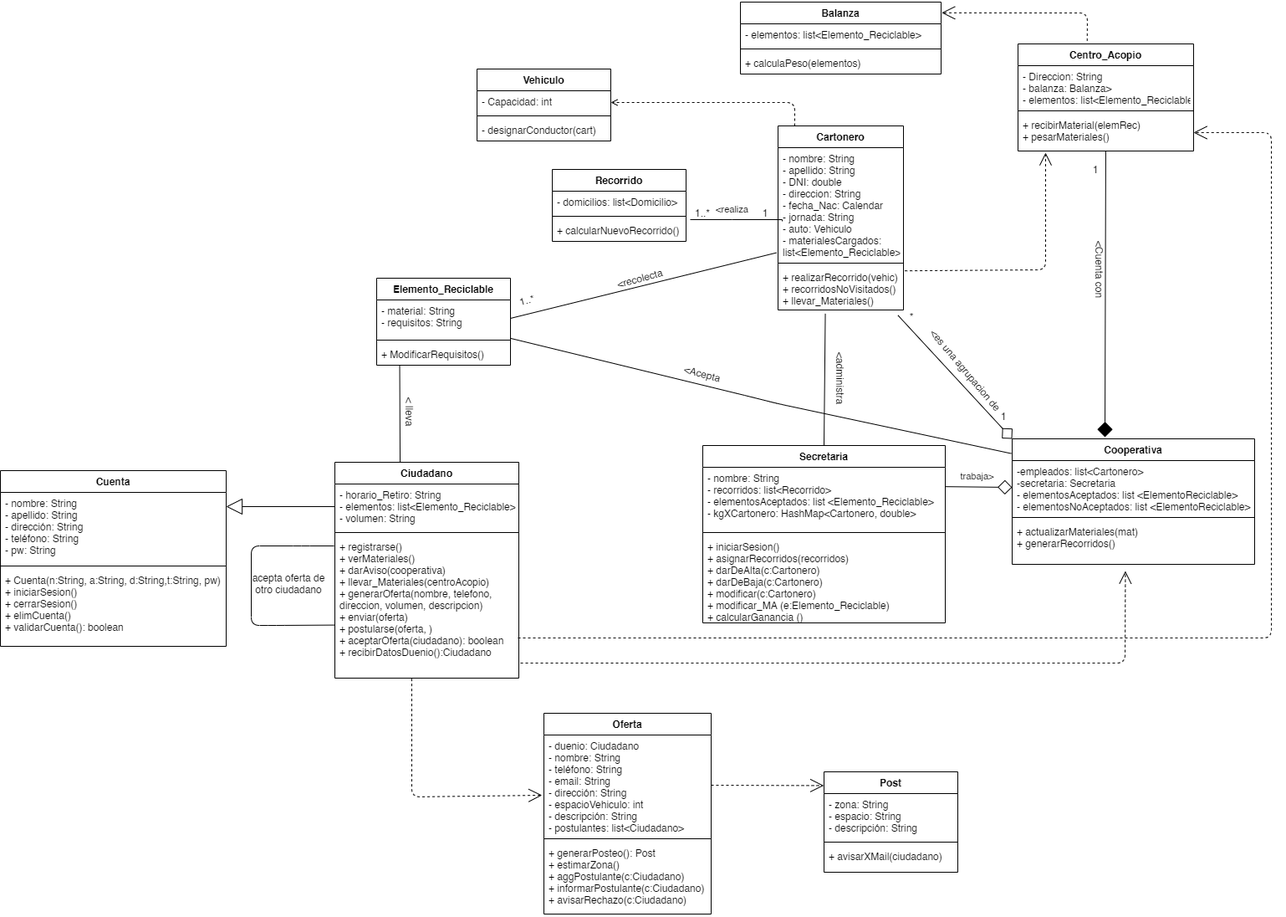
feliarroyo/TPE-Metodologias keeps this draw.io diagram as DiagramaDeClases.png. Above is the earlier version. Source tidied: cells renumbered, new cells last; positions are measured from the earlier drawing's top-left corner, leaving out a move shared by most shapes.
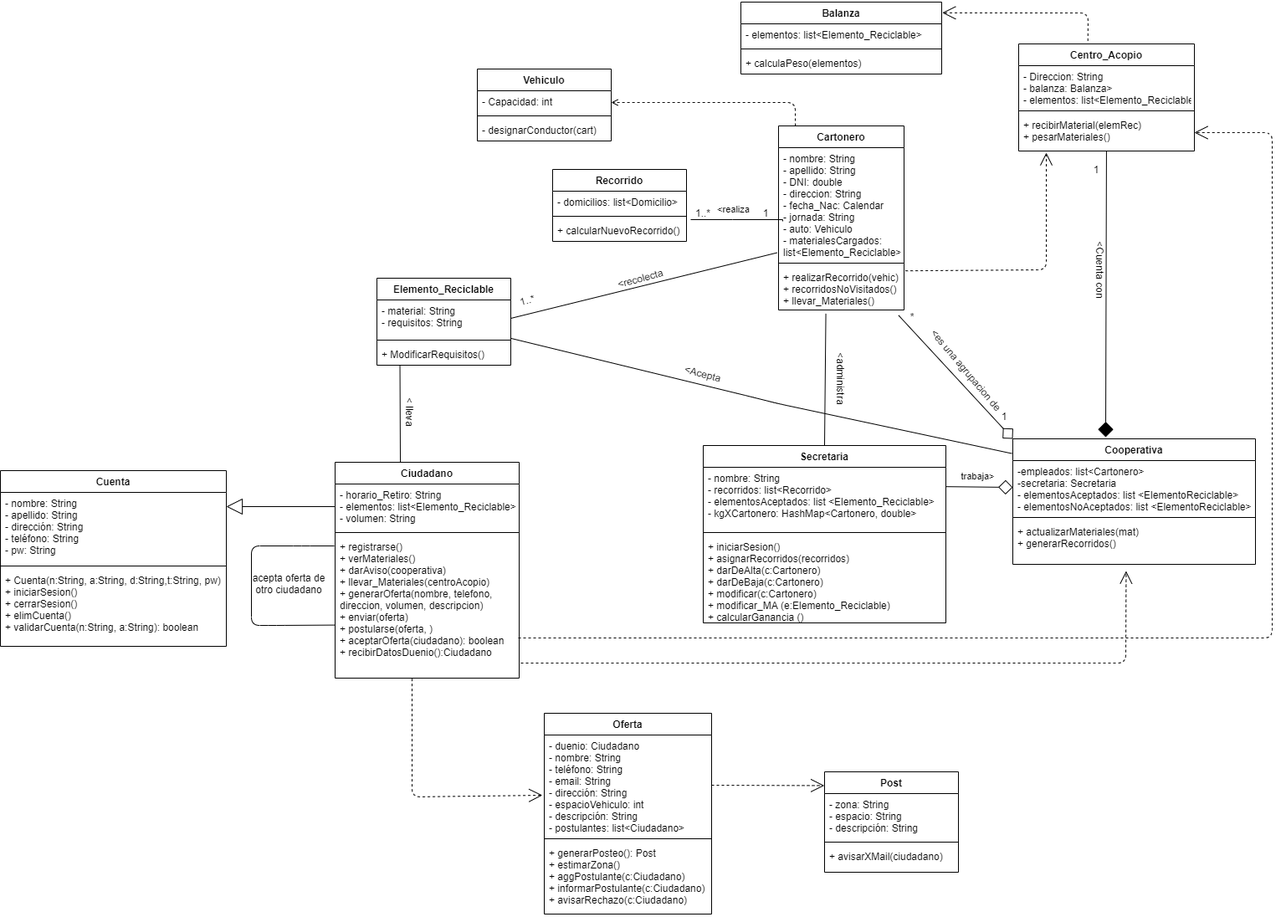
The same diagram one commit later.

Change to the diagram source:
```diff
@@ -295,7 +295,7 @@
     <mxCell id="79" style="line;strokeWidth=1;fillColor=none;align=left;verticalAlign=middle;spacingTop=-1;spacingLeft=3;spacingRight=3;labelPosition=right;" parent="77" vertex="1">
       <mxGeometry y="110" width="270" height="8" as="geometry" />
     </mxCell>
-    <mxCell id="80" value="+ Cuenta(n:String, a:String, d:String,t:String, pw)&#10;+ iniciarSesion()&#10;+ cerrarSesion()&#10;+ elimCuenta()&#10;+ validarCuenta(): boolean" style="text;strokeColor=none;fillColor=none;align=left;verticalAlign=top;spacingLeft=4;spacingRight=4;overflow=hidden;" parent="77" vertex="1">
+    <mxCell id="80" value="+ Cuenta(n:String, a:String, d:String,t:String, pw)&#10;+ iniciarSesion()&#10;+ cerrarSesion()&#10;+ elimCuenta()&#10;+ validarCuenta(n:String, a:String): boolean" style="text;strokeColor=none;fillColor=none;align=left;verticalAlign=top;spacingLeft=4;spacingRight=4;overflow=hidden;" parent="77" vertex="1">
       <mxGeometry y="118" width="270" height="92" as="geometry" />
     </mxCell>
     <mxCell id="81" style="endArrow=block;html=1;endFill=0;startSize=11;endSize=17;exitX=0;exitY=0.5;exitDx=0;exitDy=0;" parent="1" edge="1" source="42">
```
